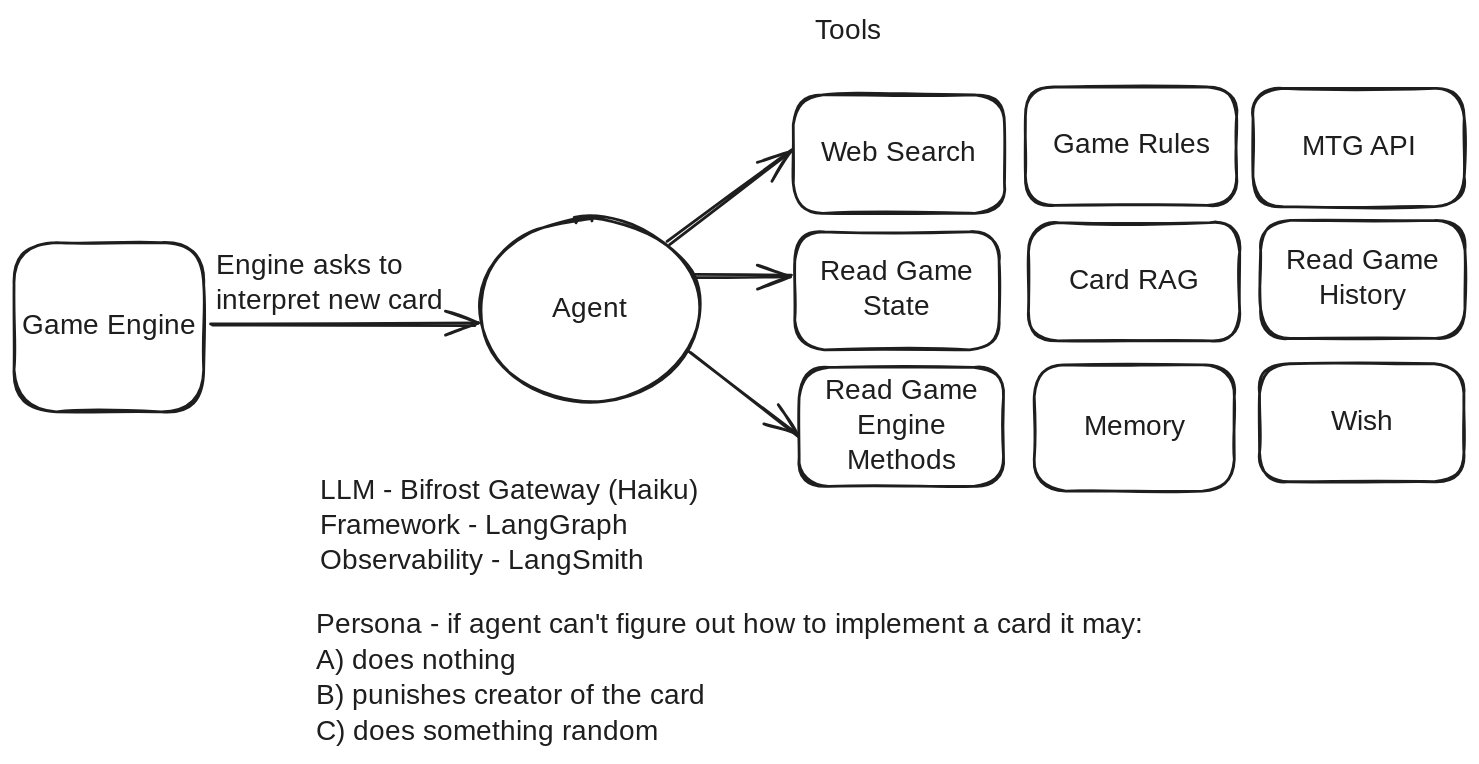
The Excalidraw diagram docs/agent.excalidraw.svg in msharp9/a-thousand-blank-white-cards, before a commit. Source tidied: one line per element, renumbered; positions are measured from the earlier drawing's top-left corner, leaving out a move shared by most shapes.
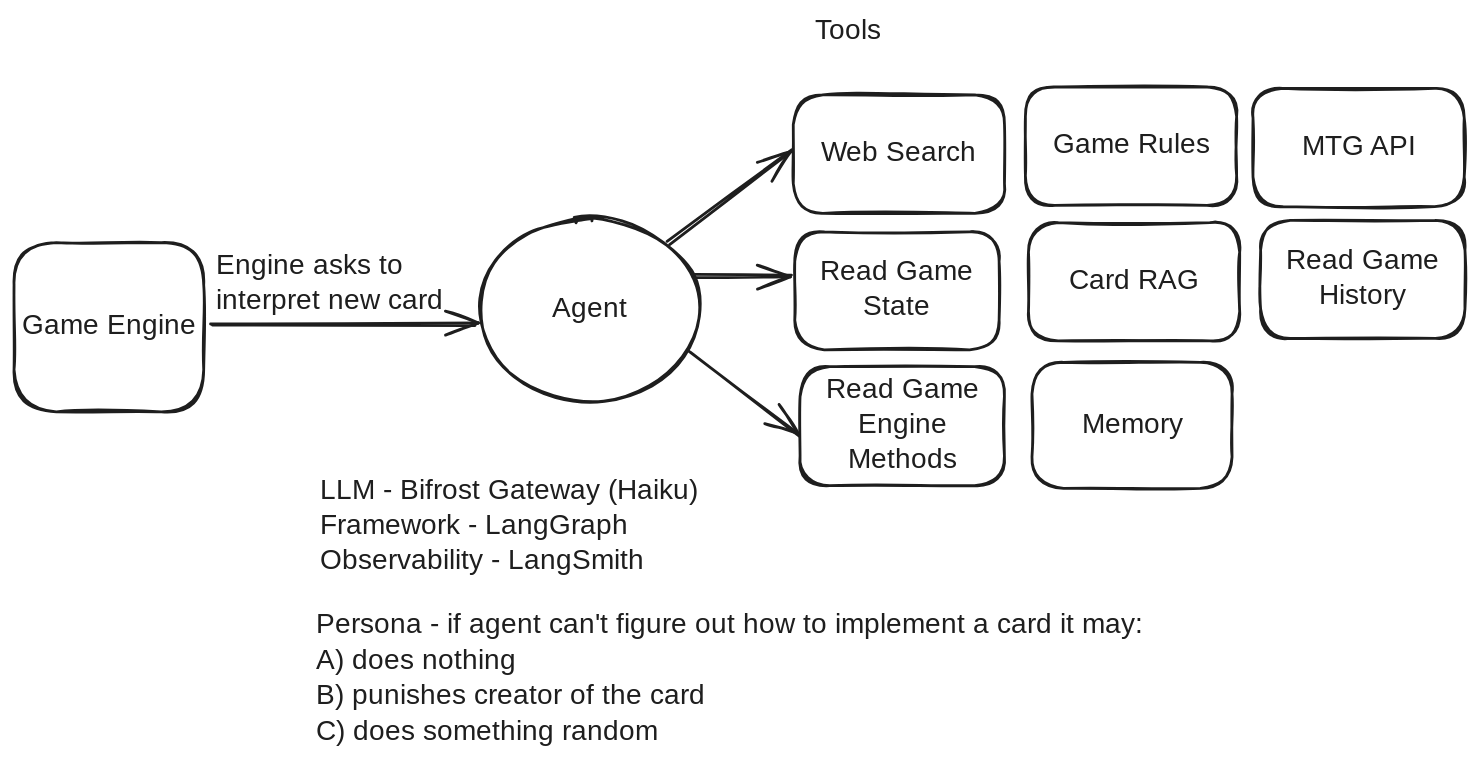
The same diagram one commit later.

Change to the diagram source:
```diff
@@ -10,10 +10,10 @@
 {"id": 9, "type": "text", "text": "Read Game\nEngine\nMethods", "strokeColor": "#1e1e1e", "strokeWidth": 2, "roughness": 1, "fontSize": 20, "fontFamily": 5, "textAlign": "center", "verticalAlign": "middle", "inside": 8, "x": 580, "y": 257, "width": 108, "height": 75}
 {"id": 10, "type": "arrow", "strokeColor": "#1e1e1e", "strokeWidth": 2, "roughness": 1, "endArrowhead": "arrow", "round": true, "from": 2, "to": 6, "x": 467, "y": 163, "width": 88, "height": 66, "points": [[0, 0], [88, -66]]}
 {"id": 11, "type": "arrow", "strokeColor": "#1e1e1e", "strokeWidth": 2, "roughness": 1, "endArrowhead": "arrow", "round": true, "from": 2, "to": 20, "x": 485, "y": 187, "width": 70, "height": 0, "points": [[0, 0], [70, 0]]}
-{"id": 12, "type": "arrow", "strokeColor": "#1e1e1e", "strokeWidth": 2, "roughness": 1, "endArrowhead": "arrow", "round": true, "from": 2, "to": 8, "x": 483, "y": 241, "width": 76, "height": 60, "points": [[0, 0], [76, 60]]}
+{"id": 12, "type": "arrow", "strokeColor": "#1e1e1e", "strokeWidth": 2, "roughness": 1, "endArrowhead": "arrow", "round": true, "from": 2, "to": 8, "x": 483, "y": 241, "width": 77, "height": 60, "points": [[0, 0], [77, 60]]}
 {"id": 13, "type": "text", "text": "Tools", "strokeColor": "#1e1e1e", "strokeWidth": 2, "roughness": 1, "fontSize": 20, "fontFamily": 5, "x": 572, "y": 0, "width": 55, "height": 25}
-{"id": 14, "type": "rectangle", "strokeColor": "#1e1e1e", "strokeWidth": 2, "roughness": 1, "round": true, "x": 729, "y": 251, "width": 143, "height": 90}
+{"id": 14, "type": "rectangle", "strokeColor": "#1e1e1e", "strokeWidth": 2, "roughness": 1, "round": true, "x": 727, "y": 249, "width": 143, "height": 90}
-{"id": 15, "type": "text", "text": "Memory", "strokeColor": "#1e1e1e", "strokeWidth": 2, "roughness": 1, "fontSize": 20, "fontFamily": 5, "textAlign": "center", "verticalAlign": "middle", "inside": 14, "x": 765, "y": 283, "width": 70, "height": 25}
+{"id": 15, "type": "text", "text": "Memory", "strokeColor": "#1e1e1e", "strokeWidth": 2, "roughness": 1, "fontSize": 20, "fontFamily": 5, "textAlign": "center", "verticalAlign": "middle", "inside": 14, "x": 763, "y": 281, "width": 70, "height": 25}
 {"id": 16, "type": "text", "text": "LLM - Bifrost Gateway (Haiku)\nFramework - LangGraph\nObservability - LangSmith", "strokeColor": "#1e1e1e", "strokeWidth": 2, "roughness": 1, "fontSize": 20, "fontFamily": 5, "x": 218, "y": 329, "width": 300, "height": 75}
 {"id": 17, "type": "text", "text": "Persona - if agent can't figure out how to implement a card it may:\nA) does nothing\nB) punishes creator of the card\nC) does something random", "strokeColor": "#1e1e1e", "strokeWidth": 2, "roughness": 1, "fontSize": 20.21, "fontFamily": 5, "x": 216, "y": 425, "width": 663, "height": 101}
 {"id": 18, "type": "rectangle", "strokeColor": "#1e1e1e", "strokeWidth": 2, "roughness": 1, "round": true, "x": 722, "y": 52, "width": 151, "height": 85}
@@ -26,5 +26,3 @@
 {"id": 25, "type": "text", "text": "MTG API", "strokeColor": "#1e1e1e", "strokeWidth": 2, "roughness": 1, "fontSize": 20, "fontFamily": 5, "textAlign": "center", "verticalAlign": "middle", "inside": 24, "x": 914, "y": 83, "width": 93, "height": 25}
 {"id": 26, "type": "rectangle", "strokeColor": "#1e1e1e", "strokeWidth": 2, "roughness": 1, "round": true, "x": 890, "y": 147, "width": 146, "height": 84}
 {"id": 27, "type": "text", "text": "Read Game\nHistory", "strokeColor": "#1e1e1e", "strokeWidth": 2, "roughness": 1, "fontSize": 20, "fontFamily": 5, "textAlign": "center", "verticalAlign": "middle", "inside": 26, "x": 909, "y": 165, "width": 108, "height": 50}
-{"id": 28, "type": "rectangle", "strokeColor": "#1e1e1e", "strokeWidth": 2, "roughness": 1, "round": true, "x": 890, "y": 250, "width": 146, "height": 84}
-{"id": 29, "type": "text", "text": "Wish", "strokeColor": "#1e1e1e", "strokeWidth": 2, "roughness": 1, "fontSize": 20, "fontFamily": 5, "textAlign": "center", "verticalAlign": "middle", "inside": 28, "x": 941, "y": 279, "width": 43, "height": 25}
```
